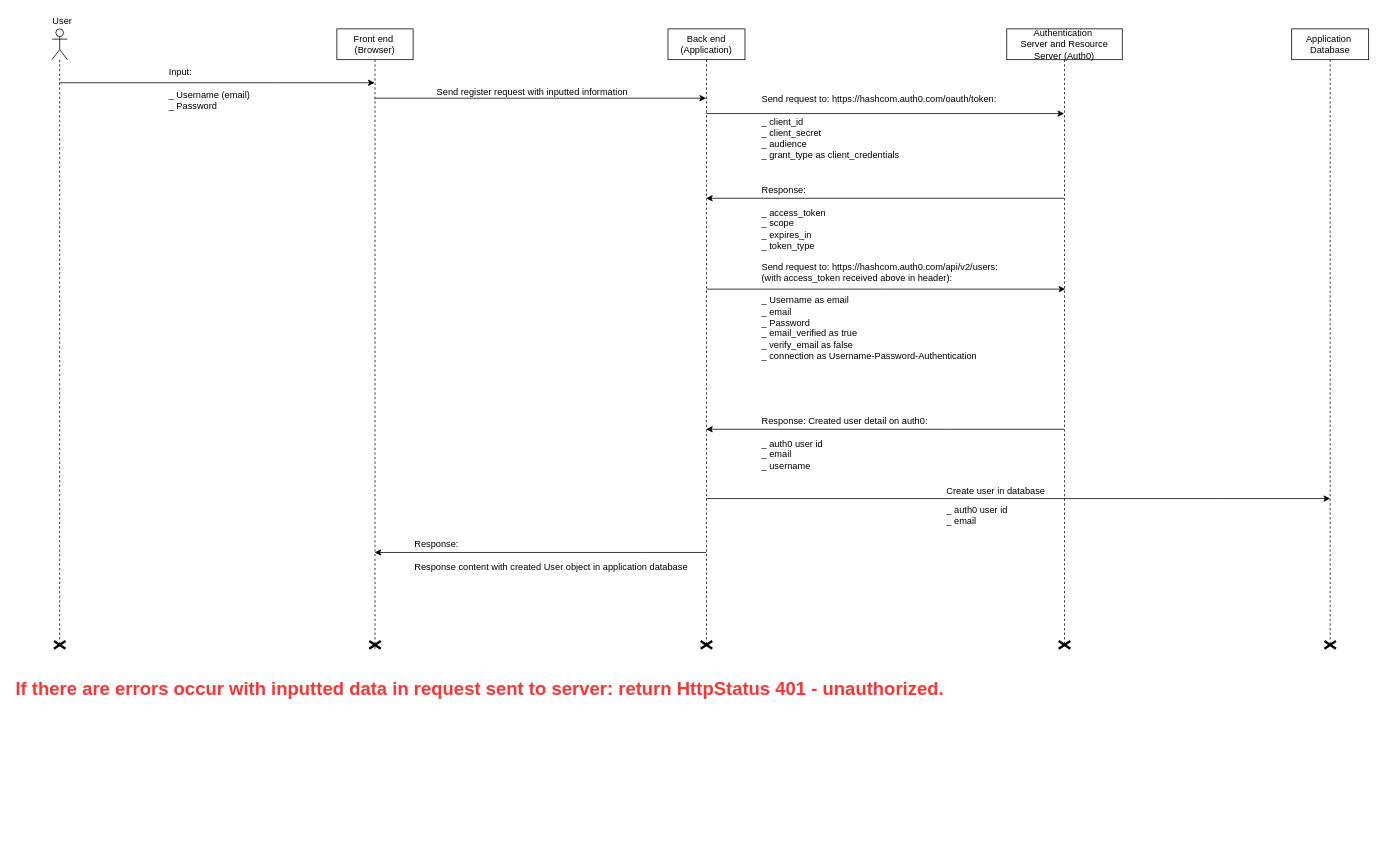
Above: register.drawio in quocq6hcm/HeHeHe (draw.io), before the change. Source tidied: cells renumbered, new cells numbered last; positions are measured from the earlier drawing's top-left corner, leaving out a move shared by most shapes. Both pictures are drawn from the tidied source at 77%, with x=0, y=0 at pixel (14, 13).
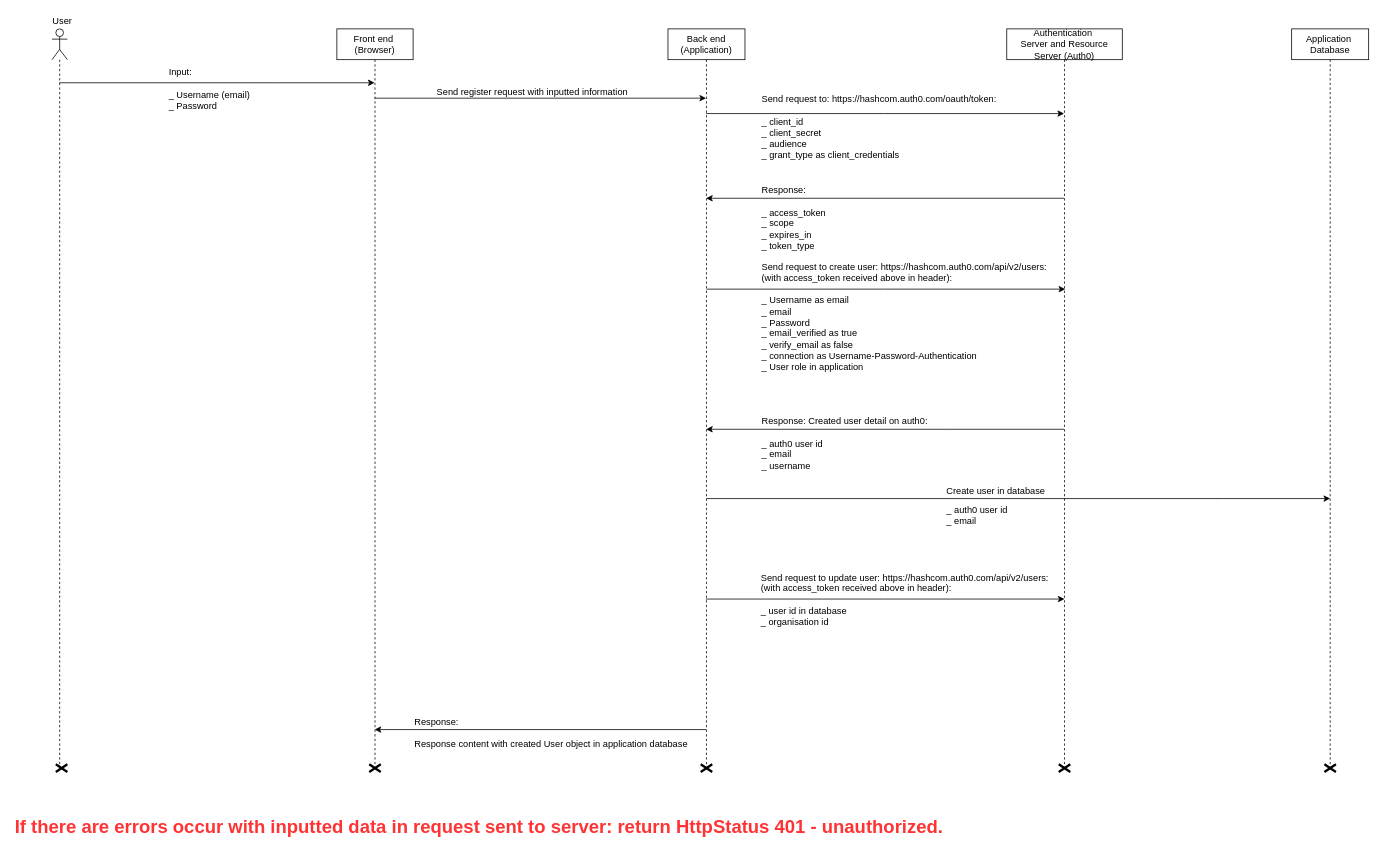
Above is the later version.

Diff of the diagram source:
```diff
@@
     <mxCell id="3" value="Front end&amp;nbsp;&lt;br&gt;(Browser)&lt;br&gt;" style="shape=umlLifeline;perimeter=lifelinePerimeter;whiteSpace=wrap;html=1;outlineConnect=0;" parent="1" vertex="1">
-      <mxGeometry x="419" y="20" width="99" height="805" as="geometry" />
+      <mxGeometry x="419" y="20" width="99" height="960" as="geometry" />
     </mxCell>
-    <mxCell id="4" style="shape=umlDestroy;whiteSpace=wrap;html=1;strokeWidth=3;" parent="3" vertex="1">
-      <mxGeometry x="42" y="795" width="15" height="10" as="geometry" />
-    </mxCell>
@@
     <mxCell id="7" value="Authentication&amp;nbsp;&lt;br&gt;Server and Resource Server (Auth0)&lt;br&gt;" style="shape=umlLifeline;perimeter=lifelinePerimeter;whiteSpace=wrap;html=1;outlineConnect=0;" parent="1" vertex="1">
-      <mxGeometry x="1289" y="20" width="150" height="800" as="geometry" />
+      <mxGeometry x="1289" y="20" width="150" height="960" as="geometry" />
     </mxCell>
@@
-    <mxCell id="10" style="edgeStyle=orthogonalEdgeStyle;rounded=0;jettySize=auto;html=1;" parent="1" edge="1" source="12" target="3">
+    <mxCell id="10" style="edgeStyle=orthogonalEdgeStyle;rounded=0;orthogonalLoop=1;jettySize=auto;html=1;" parent="1" edge="1">
       <mxGeometry relative="1" as="geometry">
+        <mxPoint x="898.5" y="930" as="sourcePoint" />
+        <mxPoint x="468" y="930" as="targetPoint" />
         <Array as="points">
-          <mxPoint x="819" y="700" />
-          <mxPoint x="819" y="700" />
+          <mxPoint x="819" y="930" />
+          <mxPoint x="819" y="930" />
         </Array>
       </mxGeometry>
     </mxCell>
@@
     <mxCell id="12" value="Back end&lt;br&gt;(Application)&lt;br&gt;" style="shape=umlLifeline;perimeter=lifelinePerimeter;whiteSpace=wrap;html=1;outlineConnect=0;" parent="1" vertex="1">
-      <mxGeometry x="849" y="20" width="100" height="800" as="geometry" />
+      <mxGeometry x="849" y="20" width="100" height="960" as="geometry" />
     </mxCell>
@@
     <mxCell id="16" style="shape=umlLifeline;participant=umlActor;perimeter=lifelinePerimeter;whiteSpace=wrap;html=1;verticalAlign=top;spacingTop=36;labelBackgroundColor=#ffffff;outlineConnect=0;" parent="1" vertex="1">
-      <mxGeometry x="49" y="20" width="20" height="800" as="geometry" />
+      <mxGeometry x="49" y="20" width="20" height="960" as="geometry" />
     </mxCell>
@@
-    <mxCell id="21" value="Send request to:&amp;nbsp;&lt;span&gt;https://hashcom.auth0.com/api/v2/users&lt;/span&gt;&lt;span&gt;:&amp;nbsp;&lt;/span&gt;&lt;br&gt;&lt;span&gt;(with access_token received above in header):&lt;br&gt;&lt;/span&gt;&lt;br&gt;_ Username as email&lt;br&gt;_ email&lt;br&gt;_ Password&lt;br&gt;_&amp;nbsp;email_verified as true&lt;br&gt;_ verify_email as false&lt;br&gt;_ connection as&amp;nbsp;&lt;span&gt;Username-Password-Authentication&lt;br&gt;&lt;/span&gt;&lt;br&gt;" style="text;html=1;align=left;verticalAlign=top;spacingTop=-4;" parent="1" vertex="1">
-      <mxGeometry x="969" y="320" width="330" height="140" as="geometry" />
+    <mxCell id="21" value="Send request to create user:&amp;nbsp;&lt;span&gt;https://hashcom.auth0.com/api/v2/users&lt;/span&gt;&lt;span&gt;:&amp;nbsp;&lt;/span&gt;&lt;br&gt;&lt;span&gt;(with access_token received above in header):&lt;br&gt;&lt;/span&gt;&lt;br&gt;_ Username as email&lt;br&gt;_ email&lt;br&gt;_ Password&lt;br&gt;_&amp;nbsp;email_verified as true&lt;br&gt;_ verify_email as false&lt;br&gt;_ connection as&amp;nbsp;&lt;span&gt;Username-Password-Authentication&lt;br&gt;_ User role in application&lt;br&gt;&lt;br&gt;&lt;/span&gt;&lt;br&gt;" style="text;html=1;align=left;verticalAlign=top;spacingTop=-4;" parent="1" vertex="1">
+      <mxGeometry x="969" y="320" width="390" height="170" as="geometry" />
     </mxCell>
     <mxCell id="22" value="Application&amp;nbsp;&lt;br&gt;Database&lt;br&gt;" style="shape=umlLifeline;perimeter=lifelinePerimeter;whiteSpace=wrap;html=1;" parent="1" vertex="1">
-      <mxGeometry x="1659" y="20" width="100" height="800" as="geometry" />
+      <mxGeometry x="1659" y="20" width="100" height="960" as="geometry" />
     </mxCell>
@@
     <mxCell id="24" value="Response:&lt;br&gt;&lt;br&gt;Response content with created User object in application database&lt;br&gt;" style="text;html=1;align=left;verticalAlign=top;spacingTop=-4;" parent="1" vertex="1">
-      <mxGeometry x="518" y="680" width="370" height="40" as="geometry" />
+      <mxGeometry x="518" y="910" width="370" height="40" as="geometry" />
     </mxCell>
     <mxCell id="25" value="&lt;font style=&quot;font-size: 24px&quot; color=&quot;#ff3333&quot;&gt;If there are errors occur with inputted data in request sent to server: return HttpStatus 401 - unauthorized.&lt;/font&gt;&lt;br&gt;" style="text;html=1;align=left;verticalAlign=top;spacingTop=-4;fontStyle=1;" parent="1" vertex="1">
-      <mxGeometry y="860" width="1130" height="20" as="geometry" />
+      <mxGeometry x="-1" y="1040" width="1130" height="20" as="geometry" />
     </mxCell>
@@
     <mxCell id="27" style="shape=umlDestroy;whiteSpace=wrap;html=1;strokeWidth=3;" parent="1" vertex="1">
-      <mxGeometry x="1356.5" y="815" width="15" height="10" as="geometry" />
+      <mxGeometry x="1356.5" y="975" width="15" height="10" as="geometry" />
     </mxCell>
     <mxCell id="28" style="shape=umlDestroy;whiteSpace=wrap;html=1;strokeWidth=3;" parent="1" vertex="1">
-      <mxGeometry x="1701.5" y="815" width="15" height="10" as="geometry" />
+      <mxGeometry x="1701.5" y="975" width="15" height="10" as="geometry" />
     </mxCell>
     <mxCell id="29" style="shape=umlDestroy;whiteSpace=wrap;html=1;strokeWidth=3;" parent="1" vertex="1">
-      <mxGeometry x="891.5" y="815" width="15" height="10" as="geometry" />
+      <mxGeometry x="891.5" y="975" width="15" height="10" as="geometry" />
     </mxCell>
     <mxCell id="30" style="shape=umlDestroy;whiteSpace=wrap;html=1;strokeWidth=3;" parent="1" vertex="1">
-      <mxGeometry x="51.5" y="815" width="15" height="10" as="geometry" />
+      <mxGeometry x="54" y="975" width="15" height="10" as="geometry" />
     </mxCell>
+    <mxCell id="31" style="edgeStyle=orthogonalEdgeStyle;rounded=0;orthogonalLoop=1;jettySize=auto;html=1;" parent="1" edge="1">
+      <mxGeometry relative="1" as="geometry">
+        <mxPoint x="898" y="760.5" as="sourcePoint" />
+        <mxPoint x="1364" y="760.5" as="targetPoint" />
+        <Array as="points">
+          <mxPoint x="1129" y="760.5" />
+          <mxPoint x="1129" y="760.5" />
+        </Array>
+      </mxGeometry>
+    </mxCell>
+    <mxCell id="32" value="Send request to update user:&amp;nbsp;&lt;span&gt;https://hashcom.auth0.com/api/v2/users&lt;/span&gt;&lt;span&gt;:&amp;nbsp;&lt;/span&gt;&lt;br&gt;&lt;span&gt;(with access_token received above in header):&lt;br&gt;&lt;/span&gt;&lt;br&gt;_ user id in database&lt;br&gt;&lt;span&gt;_ organisation id&lt;br&gt;&lt;/span&gt;&lt;br&gt;" style="text;html=1;align=left;verticalAlign=top;spacingTop=-4;" parent="1" vertex="1">
+      <mxGeometry x="968" y="722.5" width="390" height="90" as="geometry" />
+    </mxCell>
+    <mxCell id="4" style="shape=umlDestroy;whiteSpace=wrap;html=1;strokeWidth=3;" parent="1" vertex="1">
+      <mxGeometry x="461" y="975" width="15" height="10" as="geometry" />
+    </mxCell>
```
